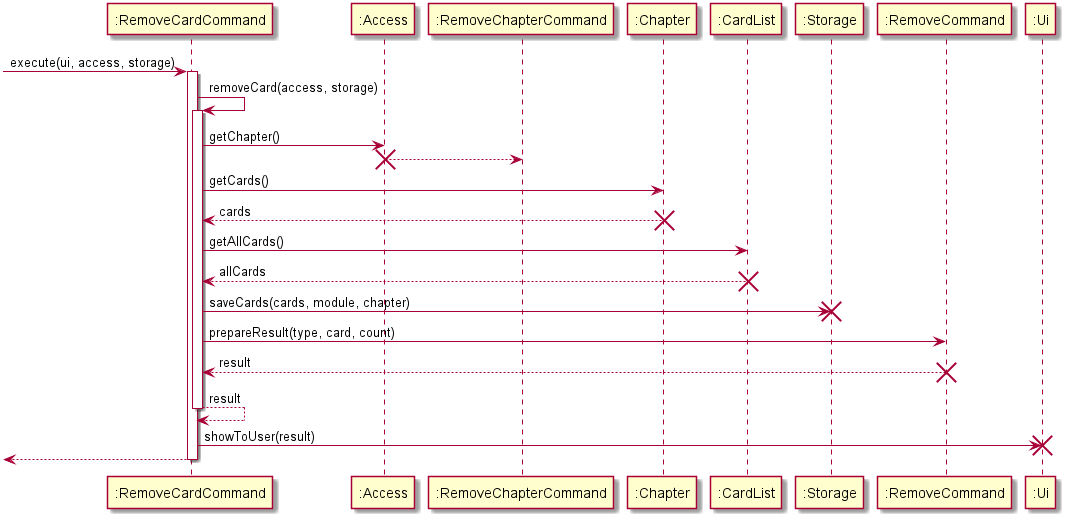
The PlantUML diagram docs/DG_Images/removecard_seq_diagram.png in nus-cs2113-AY2021S1/tp, before a commit. Source of this version:
```plantuml
@startuml
-> ":RemoveCardCommand" : execute(ui, access, storage)
activate ":RemoveCardCommand"
":RemoveCardCommand" -> ":RemoveCardCommand" : removeCard(access, storage)
activate ":RemoveCardCommand"
":RemoveCardCommand" -> ":Access" : getChapter()
":RemoveChapterCommand" <-- ":Access"
destroy ":Access"
":RemoveCardCommand" -> ":Chapter" : getCards()
":RemoveCardCommand" <-- ":Chapter" : cards
destroy ":Chapter"
":RemoveCardCommand" -> ":CardList" : getAllCards()
":RemoveCardCommand" <-- ":CardList" : allCards
destroy ":CardList"
":RemoveCardCommand" -> ":Storage" : saveCards(cards, module, chapter)
destroy ":Storage"
":RemoveCardCommand" -> ":RemoveCommand" : prepareResult(type, card, count)
":RemoveCardCommand" <-- ":RemoveCommand" : result
destroy ":RemoveCommand"
":RemoveCardCommand" --> ":RemoveCardCommand" : result
deactivate ":RemoveCardCommand"
":RemoveCardCommand" -> ":Ui" : showToUser(result)
destroy ":Ui"
<-- ":RemoveCardCommand"
deactivate ":RemoveCardCommand"
@enduml
```
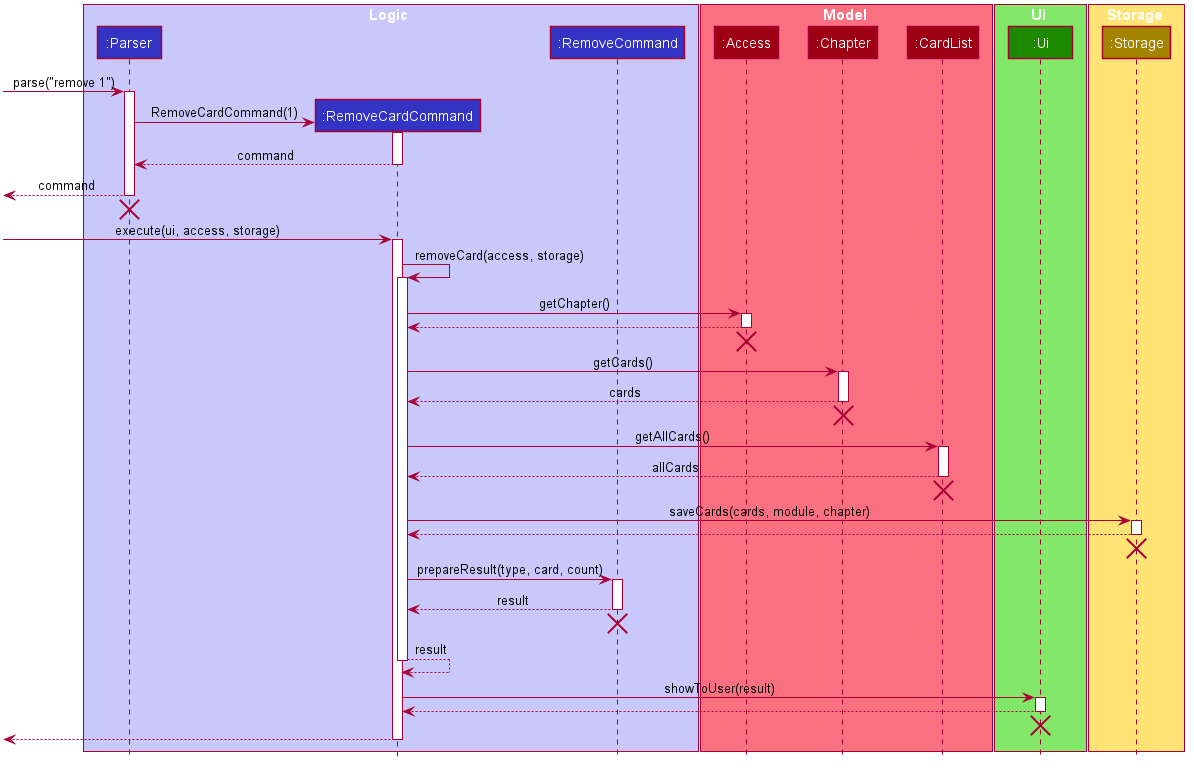
Above is the later version.

Diff of the diagram source:
```diff
@@ -1,26 +1,130 @@
 @startuml
--> ":RemoveCardCommand" : execute(ui, access, storage)
-activate ":RemoveCardCommand"
-":RemoveCardCommand" -> ":RemoveCardCommand" : removeCard(access, storage)
-activate ":RemoveCardCommand"
-":RemoveCardCommand" -> ":Access" : getChapter()
-":RemoveChapterCommand" <-- ":Access"
-destroy ":Access"
-":RemoveCardCommand" -> ":Chapter" : getCards()
-":RemoveCardCommand" <-- ":Chapter" : cards
-destroy ":Chapter"
-":RemoveCardCommand" -> ":CardList" : getAllCards()
-":RemoveCardCommand" <-- ":CardList" : allCards
-destroy ":CardList"
-":RemoveCardCommand" -> ":Storage" : saveCards(cards, module, chapter)
-destroy ":Storage"
-":RemoveCardCommand" -> ":RemoveCommand" : prepareResult(type, card, count)
-":RemoveCardCommand" <-- ":RemoveCommand" : result
-destroy ":RemoveCommand"
-":RemoveCardCommand" --> ":RemoveCardCommand" : result
-deactivate ":RemoveCardCommand"
-":RemoveCardCommand" -> ":Ui" : showToUser(result)
-destroy ":Ui"
-<-- ":RemoveCardCommand"
-deactivate ":RemoveCardCommand"
+
+
+
+
+
+
+
+
+skinparam BackgroundColor #FFFFFFF
+
+skinparam Shadowing false
+
+skinparam Class {
+    FontColor #FFFFFF
+    BorderThickness 1
+    BorderColor #FFFFFF
+    StereotypeFontColor #FFFFFF
+    FontName Arial
+}
+
+skinparam Actor {
+    BorderColor #000000
+    Color #000000
+    FontName Arial
+}
+
+skinparam Sequence {
+    MessageAlign center
+    BoxFontSize 15
+    BoxPadding 0
+    BoxFontColor #FFFFFF
+    FontName Arial
+}
+
+skinparam Participant {
+    FontColor #FFFFFFF
+    Padding 20
+}
+
+skinparam MinClassWidth 50
+skinparam ParticipantPadding 10
+skinparam Shadowing false
+skinparam DefaultTextAlignment center
+skinparam packageStyle Rectangle
+
+hide footbox
+hide members
+hide circle
+
+box Logic #C8C8FA
+participant ":Parser" as Parser #3333C4
+participant ":RemoveCardCommand" as RemoveCardCommand #3333C4
+participant ":RemoveCommand" as RemoveCommand #3333C4
+end box
+
+box Model #F97181
+participant ":Access" as Access #9D0012
+participant ":Chapter" as Chapter #9D0012
+participant ":CardList" as CardList #9D0012
+end box
+
+box Ui #83E769
+participant ":Ui" as Ui #1D8900
+end box
+
+box Storage #FFE374
+participant ":Storage" as Storage #A38300
+end box
+
+[-> Parser : parse("remove 1")
+activate Parser
+
+create RemoveCardCommand
+Parser -> RemoveCardCommand : RemoveCardCommand(1)
+activate RemoveCardCommand
+
+RemoveCardCommand --> Parser : command
+deactivate RemoveCardCommand
+
+[<-- Parser : command
+deactivate Parser
+[<-[hidden]- Parser
+destroy Parser
+
+-> RemoveCardCommand : execute(ui, access, storage)
+activate RemoveCardCommand
+RemoveCardCommand -> RemoveCardCommand : removeCard(access, storage)
+activate RemoveCardCommand
+RemoveCardCommand -> Access : getChapter()
+activate Access
+RemoveCardCommand <-- Access
+deactivate Access
+[<-[hidden]- Access
+destroy Access
+RemoveCardCommand -> Chapter : getCards()
+activate Chapter
+RemoveCardCommand <-- Chapter : cards
+deactivate Chapter
+[<-[hidden]- Chapter
+destroy Chapter
+RemoveCardCommand -> CardList : getAllCards()
+activate CardList
+RemoveCardCommand <-- CardList : allCards
+deactivate CardList
+[<-[hidden]- CardList
+destroy CardList
+RemoveCardCommand -> Storage : saveCards(cards, module, chapter)
+activate Storage
+RemoveCardCommand <-- Storage
+deactivate Storage
+[<-[hidden]- Storage
+destroy Storage
+RemoveCardCommand -> RemoveCommand : prepareResult(type, card, count)
+activate RemoveCommand
+RemoveCardCommand <-- RemoveCommand : result
+deactivate RemoveCommand
+[<-[hidden]- RemoveCommand
+destroy RemoveCommand
+RemoveCardCommand --> RemoveCardCommand : result
+deactivate RemoveCardCommand
+RemoveCardCommand -> Ui : showToUser(result)
+activate Ui
+RemoveCardCommand <-- Ui
+deactivate Ui
+[<-[hidden]- Ui
+destroy Ui
+<-- RemoveCardCommand
+deactivate RemoveCardCommand
 @enduml
```
